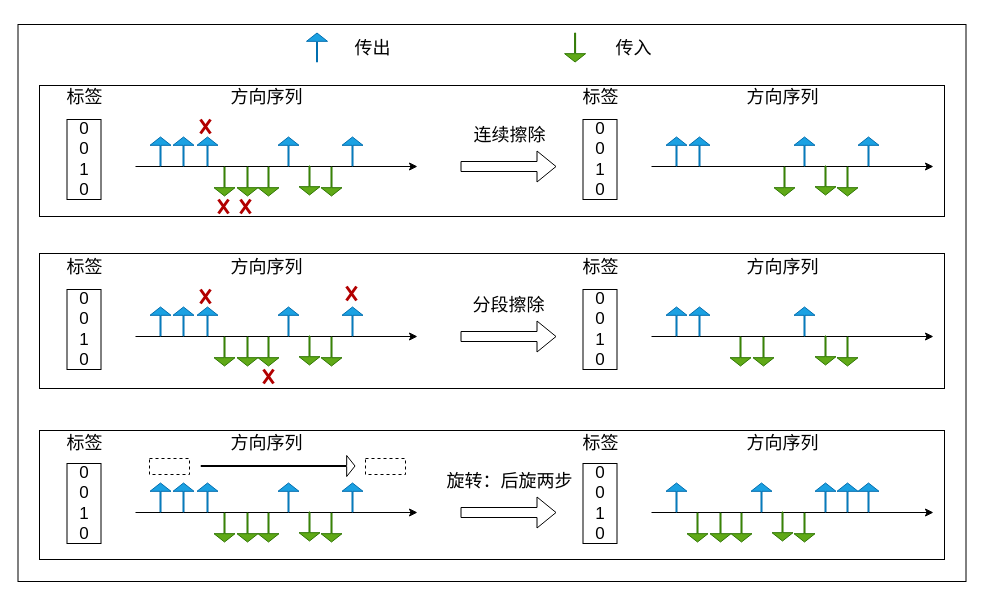
Above: 空间数据增强.drawio in lilang0710/ll (draw.io), before the change. Source tidied: cells renumbered, new cells numbered last; positions are measured from the earlier drawing's top-left corner, leaving out a move shared by most shapes. Both pictures are drawn from the tidied source at 100%, with x=0, y=0 at pixel (18, 24).
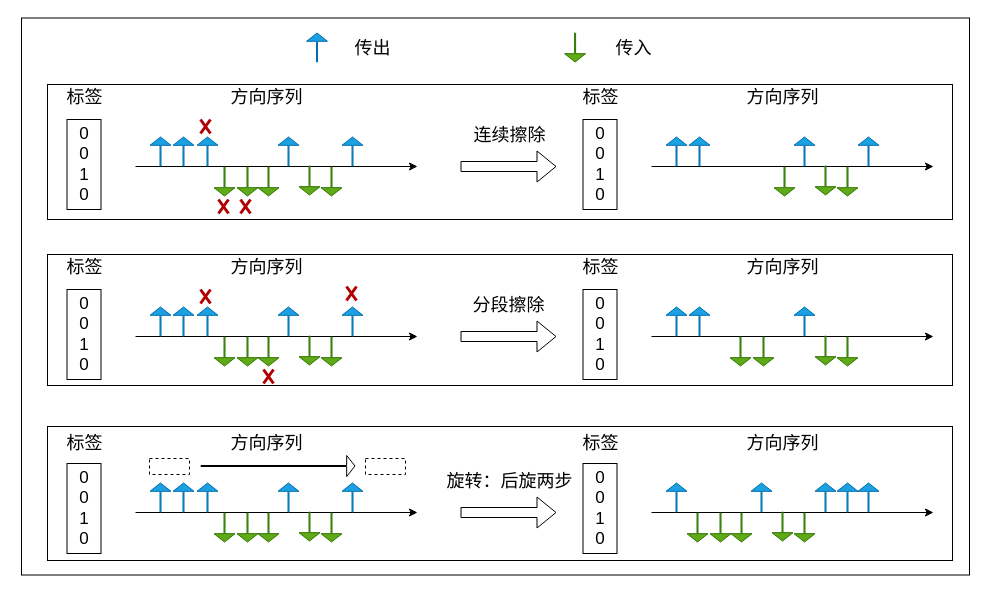
The same page after the edit.

Commit message:
更新空间数据增强.drawio

The edit, as a diff of the source:
```diff
@@
     <mxCell id="17" value="&lt;div style=&quot;font-size: 17px;&quot;&gt;&lt;font style=&quot;font-size: 17px;&quot;&gt;&lt;span&gt;&lt;font style=&quot;font-size: 17px;&quot;&gt;0&lt;/font&gt;&lt;/span&gt;&lt;/font&gt;&lt;/div&gt;&lt;div style=&quot;font-size: 17px;&quot;&gt;&lt;font style=&quot;font-size: 17px;&quot;&gt;&lt;span&gt;&lt;font style=&quot;font-size: 17px;&quot;&gt;0&lt;br&gt;&lt;/font&gt;&lt;/span&gt;&lt;/font&gt;&lt;/div&gt;&lt;div style=&quot;font-size: 17px;&quot;&gt;&lt;font style=&quot;font-size: 17px;&quot;&gt;&lt;span&gt;&lt;font style=&quot;font-size: 17px;&quot;&gt;1&lt;/font&gt;&lt;/span&gt;&lt;/font&gt;&lt;/div&gt;&lt;div style=&quot;font-size: 17px;&quot;&gt;&lt;font style=&quot;font-size: 17px;&quot;&gt;&lt;span&gt;&lt;font style=&quot;font-size: 17px;&quot;&gt;&lt;font style=&quot;font-size: 17px;&quot;&gt;0&lt;/font&gt;&lt;br&gt;&lt;/font&gt;&lt;/span&gt;&lt;/font&gt;&lt;/div&gt;" style="rounded=0;whiteSpace=wrap;html=1;fontStyle=0;" parent="1" vertex="1">
-      <mxGeometry x="48.5" y="265" width="34" height="80" as="geometry" />
+      <mxGeometry x="48.5" y="439" width="34" height="90" as="geometry" />
     </mxCell>
@@
     <mxCell id="31" value="&lt;div style=&quot;font-size: 17px;&quot;&gt;&lt;font style=&quot;font-size: 17px;&quot;&gt;&lt;span&gt;&lt;font style=&quot;font-size: 17px;&quot;&gt;0&lt;/font&gt;&lt;/span&gt;&lt;/font&gt;&lt;/div&gt;&lt;div style=&quot;font-size: 17px;&quot;&gt;&lt;font style=&quot;font-size: 17px;&quot;&gt;&lt;span&gt;&lt;font style=&quot;font-size: 17px;&quot;&gt;0&lt;br&gt;&lt;/font&gt;&lt;/span&gt;&lt;/font&gt;&lt;/div&gt;&lt;div style=&quot;font-size: 17px;&quot;&gt;&lt;font style=&quot;font-size: 17px;&quot;&gt;&lt;span&gt;&lt;font style=&quot;font-size: 17px;&quot;&gt;1&lt;/font&gt;&lt;/span&gt;&lt;/font&gt;&lt;/div&gt;&lt;div style=&quot;font-size: 17px;&quot;&gt;&lt;font style=&quot;font-size: 17px;&quot;&gt;&lt;span&gt;&lt;font style=&quot;font-size: 17px;&quot;&gt;&lt;font style=&quot;font-size: 17px;&quot;&gt;0&lt;/font&gt;&lt;br&gt;&lt;/font&gt;&lt;/span&gt;&lt;/font&gt;&lt;/div&gt;" style="rounded=0;whiteSpace=wrap;html=1;fontStyle=0;" parent="1" vertex="1">
-      <mxGeometry x="564.5" y="265" width="34" height="80" as="geometry" />
+      <mxGeometry x="564.5" y="265" width="34" height="90" as="geometry" />
     </mxCell>
@@
     <mxCell id="47" value="&lt;div style=&quot;font-size: 17px;&quot;&gt;&lt;font style=&quot;font-size: 17px;&quot;&gt;&lt;span&gt;&lt;font style=&quot;font-size: 17px;&quot;&gt;0&lt;/font&gt;&lt;/span&gt;&lt;/font&gt;&lt;/div&gt;&lt;div style=&quot;font-size: 17px;&quot;&gt;&lt;font style=&quot;font-size: 17px;&quot;&gt;&lt;span&gt;&lt;font style=&quot;font-size: 17px;&quot;&gt;0&lt;br&gt;&lt;/font&gt;&lt;/span&gt;&lt;/font&gt;&lt;/div&gt;&lt;div style=&quot;font-size: 17px;&quot;&gt;&lt;font style=&quot;font-size: 17px;&quot;&gt;&lt;span&gt;&lt;font style=&quot;font-size: 17px;&quot;&gt;1&lt;/font&gt;&lt;/span&gt;&lt;/font&gt;&lt;/div&gt;&lt;div style=&quot;font-size: 17px;&quot;&gt;&lt;font style=&quot;font-size: 17px;&quot;&gt;&lt;span&gt;&lt;font style=&quot;font-size: 17px;&quot;&gt;&lt;font style=&quot;font-size: 17px;&quot;&gt;0&lt;/font&gt;&lt;br&gt;&lt;/font&gt;&lt;/span&gt;&lt;/font&gt;&lt;/div&gt;" style="rounded=0;whiteSpace=wrap;html=1;fontStyle=0;" parent="1" vertex="1">
-      <mxGeometry x="48.5" y="95" width="34" height="80" as="geometry" />
+      <mxGeometry x="48.5" y="95" width="34" height="90" as="geometry" />
     </mxCell>
@@
     <mxCell id="60" value="&lt;div style=&quot;font-size: 17px;&quot;&gt;&lt;font style=&quot;font-size: 17px;&quot;&gt;&lt;span&gt;&lt;font style=&quot;font-size: 17px;&quot;&gt;0&lt;/font&gt;&lt;/span&gt;&lt;/font&gt;&lt;/div&gt;&lt;div style=&quot;font-size: 17px;&quot;&gt;&lt;font style=&quot;font-size: 17px;&quot;&gt;&lt;span&gt;&lt;font style=&quot;font-size: 17px;&quot;&gt;0&lt;br&gt;&lt;/font&gt;&lt;/span&gt;&lt;/font&gt;&lt;/div&gt;&lt;div style=&quot;font-size: 17px;&quot;&gt;&lt;font style=&quot;font-size: 17px;&quot;&gt;&lt;span&gt;&lt;font style=&quot;font-size: 17px;&quot;&gt;1&lt;/font&gt;&lt;/span&gt;&lt;/font&gt;&lt;/div&gt;&lt;div style=&quot;font-size: 17px;&quot;&gt;&lt;font style=&quot;font-size: 17px;&quot;&gt;&lt;span&gt;&lt;font style=&quot;font-size: 17px;&quot;&gt;&lt;font style=&quot;font-size: 17px;&quot;&gt;0&lt;/font&gt;&lt;br&gt;&lt;/font&gt;&lt;/span&gt;&lt;/font&gt;&lt;/div&gt;" style="rounded=0;whiteSpace=wrap;html=1;fontStyle=0;" parent="1" vertex="1">
-      <mxGeometry x="564.5" y="95" width="34" height="80" as="geometry" />
+      <mxGeometry x="564.5" y="95" width="34" height="90" as="geometry" />
     </mxCell>
@@
-    <mxCell id="76" value="&lt;div style=&quot;font-size: 17px;&quot;&gt;&lt;font style=&quot;font-size: 17px;&quot;&gt;&lt;span&gt;&lt;font style=&quot;font-size: 17px;&quot;&gt;0&lt;/font&gt;&lt;/span&gt;&lt;/font&gt;&lt;/div&gt;&lt;div style=&quot;font-size: 17px;&quot;&gt;&lt;font style=&quot;font-size: 17px;&quot;&gt;&lt;span&gt;&lt;font style=&quot;font-size: 17px;&quot;&gt;0&lt;br&gt;&lt;/font&gt;&lt;/span&gt;&lt;/font&gt;&lt;/div&gt;&lt;div style=&quot;font-size: 17px;&quot;&gt;&lt;font style=&quot;font-size: 17px;&quot;&gt;&lt;span&gt;&lt;font style=&quot;font-size: 17px;&quot;&gt;1&lt;/font&gt;&lt;/span&gt;&lt;/font&gt;&lt;/div&gt;&lt;div style=&quot;font-size: 17px;&quot;&gt;&lt;font style=&quot;font-size: 17px;&quot;&gt;&lt;span&gt;&lt;font style=&quot;font-size: 17px;&quot;&gt;&lt;font style=&quot;font-size: 17px;&quot;&gt;0&lt;/font&gt;&lt;br&gt;&lt;/font&gt;&lt;/span&gt;&lt;/font&gt;&lt;/div&gt;" style="rounded=0;whiteSpace=wrap;html=1;fontStyle=0;" parent="1" vertex="1">
-      <mxGeometry x="48.5" y="439" width="34" height="80" as="geometry" />
-    </mxCell>
@@
-    <mxCell id="90" value="&lt;div style=&quot;font-size: 17px;&quot;&gt;&lt;font style=&quot;font-size: 17px;&quot;&gt;&lt;span&gt;&lt;font style=&quot;font-size: 17px;&quot;&gt;0&lt;/font&gt;&lt;/span&gt;&lt;/font&gt;&lt;/div&gt;&lt;div style=&quot;font-size: 17px;&quot;&gt;&lt;font style=&quot;font-size: 17px;&quot;&gt;&lt;span&gt;&lt;font style=&quot;font-size: 17px;&quot;&gt;0&lt;br&gt;&lt;/font&gt;&lt;/span&gt;&lt;/font&gt;&lt;/div&gt;&lt;div style=&quot;font-size: 17px;&quot;&gt;&lt;font style=&quot;font-size: 17px;&quot;&gt;&lt;span&gt;&lt;font style=&quot;font-size: 17px;&quot;&gt;1&lt;/font&gt;&lt;/span&gt;&lt;/font&gt;&lt;/div&gt;&lt;div style=&quot;font-size: 17px;&quot;&gt;&lt;font style=&quot;font-size: 17px;&quot;&gt;&lt;span&gt;&lt;font style=&quot;font-size: 17px;&quot;&gt;&lt;font style=&quot;font-size: 17px;&quot;&gt;0&lt;/font&gt;&lt;br&gt;&lt;/font&gt;&lt;/span&gt;&lt;/font&gt;&lt;/div&gt;" style="rounded=0;whiteSpace=wrap;html=1;fontStyle=0;" parent="1" vertex="1">
-      <mxGeometry x="564.5" y="439" width="34" height="80" as="geometry" />
-    </mxCell>
@@
     <mxCell id="95" style="rounded=0;whiteSpace=wrap;html=1;fillColor=none;" parent="1" vertex="1">
-      <mxGeometry x="21" y="229" width="905" height="135" as="geometry" />
+      <mxGeometry x="29" y="60" width="905" height="135" as="geometry" />
     </mxCell>
     <mxCell id="96" style="rounded=0;whiteSpace=wrap;html=1;fillColor=none;" parent="1" vertex="1">
-      <mxGeometry x="-0.5" width="948" height="557" as="geometry" />
+      <mxGeometry x="3" y="-6.5" width="948" height="557" as="geometry" />
     </mxCell>
@@
     <mxCell id="101" style="rounded=0;whiteSpace=wrap;html=1;fillColor=none;" parent="1" vertex="1">
-      <mxGeometry x="21" y="61" width="905" height="131" as="geometry" />
+      <mxGeometry x="29" y="230" width="905" height="131" as="geometry" />
     </mxCell>
     <mxCell id="102" style="rounded=0;whiteSpace=wrap;html=1;fillColor=none;" parent="1" vertex="1">
-      <mxGeometry x="21" y="406" width="905" height="129" as="geometry" />
+      <mxGeometry x="29" y="402" width="905" height="134" as="geometry" />
     </mxCell>
+    <mxCell id="103" value="&lt;div style=&quot;font-size: 17px;&quot;&gt;&lt;font style=&quot;font-size: 17px;&quot;&gt;&lt;span&gt;&lt;font style=&quot;font-size: 17px;&quot;&gt;0&lt;/font&gt;&lt;/span&gt;&lt;/font&gt;&lt;/div&gt;&lt;div style=&quot;font-size: 17px;&quot;&gt;&lt;font style=&quot;font-size: 17px;&quot;&gt;&lt;span&gt;&lt;font style=&quot;font-size: 17px;&quot;&gt;0&lt;br&gt;&lt;/font&gt;&lt;/span&gt;&lt;/font&gt;&lt;/div&gt;&lt;div style=&quot;font-size: 17px;&quot;&gt;&lt;font style=&quot;font-size: 17px;&quot;&gt;&lt;span&gt;&lt;font style=&quot;font-size: 17px;&quot;&gt;1&lt;/font&gt;&lt;/span&gt;&lt;/font&gt;&lt;/div&gt;&lt;div style=&quot;font-size: 17px;&quot;&gt;&lt;font style=&quot;font-size: 17px;&quot;&gt;&lt;span&gt;&lt;font style=&quot;font-size: 17px;&quot;&gt;&lt;font style=&quot;font-size: 17px;&quot;&gt;0&lt;/font&gt;&lt;br&gt;&lt;/font&gt;&lt;/span&gt;&lt;/font&gt;&lt;/div&gt;" style="rounded=0;whiteSpace=wrap;html=1;fontStyle=0;" parent="1" vertex="1">
+      <mxGeometry x="48.5" y="265" width="34" height="90" as="geometry" />
+    </mxCell>
+    <mxCell id="104" value="&lt;div style=&quot;font-size: 17px;&quot;&gt;&lt;font style=&quot;font-size: 17px;&quot;&gt;&lt;span&gt;&lt;font style=&quot;font-size: 17px;&quot;&gt;0&lt;/font&gt;&lt;/span&gt;&lt;/font&gt;&lt;/div&gt;&lt;div style=&quot;font-size: 17px;&quot;&gt;&lt;font style=&quot;font-size: 17px;&quot;&gt;&lt;span&gt;&lt;font style=&quot;font-size: 17px;&quot;&gt;0&lt;br&gt;&lt;/font&gt;&lt;/span&gt;&lt;/font&gt;&lt;/div&gt;&lt;div style=&quot;font-size: 17px;&quot;&gt;&lt;font style=&quot;font-size: 17px;&quot;&gt;&lt;span&gt;&lt;font style=&quot;font-size: 17px;&quot;&gt;1&lt;/font&gt;&lt;/span&gt;&lt;/font&gt;&lt;/div&gt;&lt;div style=&quot;font-size: 17px;&quot;&gt;&lt;font style=&quot;font-size: 17px;&quot;&gt;&lt;span&gt;&lt;font style=&quot;font-size: 17px;&quot;&gt;&lt;font style=&quot;font-size: 17px;&quot;&gt;0&lt;/font&gt;&lt;br&gt;&lt;/font&gt;&lt;/span&gt;&lt;/font&gt;&lt;/div&gt;" style="rounded=0;whiteSpace=wrap;html=1;fontStyle=0;" parent="1" vertex="1">
+      <mxGeometry x="564.5" y="439" width="34" height="90" as="geometry" />
+    </mxCell>
```
